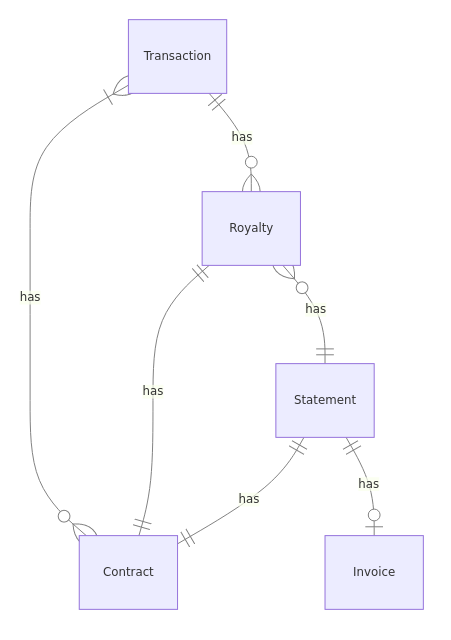
The Mermaid diagram qna/basic-er.png in milespossing/possing-tech-blog, before a commit. Its source is kept beside it as qna/basic-er.mmd.
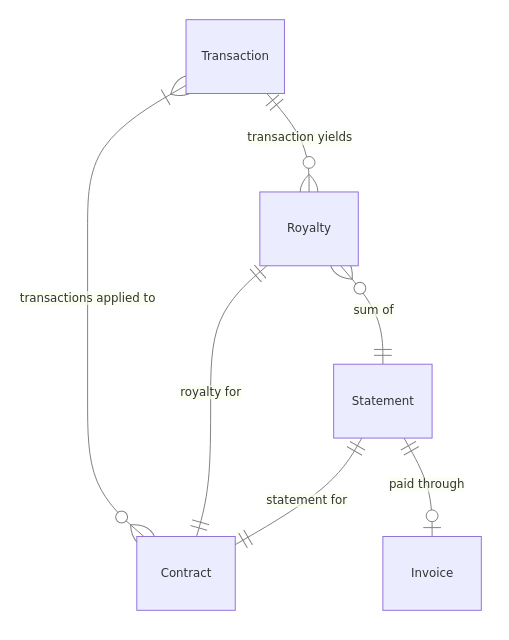
Later version of the same file.

Commit message:
Adding better comments

Diff of the diagram source:
```diff
@@ -4,9 +4,9 @@
     R[Royalty]
     S[Statement]
     I[Invoice]
-    T }|--o{ C : "has"
-    T ||--o{ R : "has"
-    R ||--|| C : "has"
-    R }o--|| S : "has"
-    S ||--|| C : "has"
-    S ||--o| I : "has"
+    T }|--o{ C : "transactions applied to"
+    T ||--o{ R : "transaction yields"
+    R ||--|| C : "royalty for"
+    R }o--|| S : "sum of"
+    S ||--|| C : "statement for"
+    S ||--o| I : "paid through"
```
